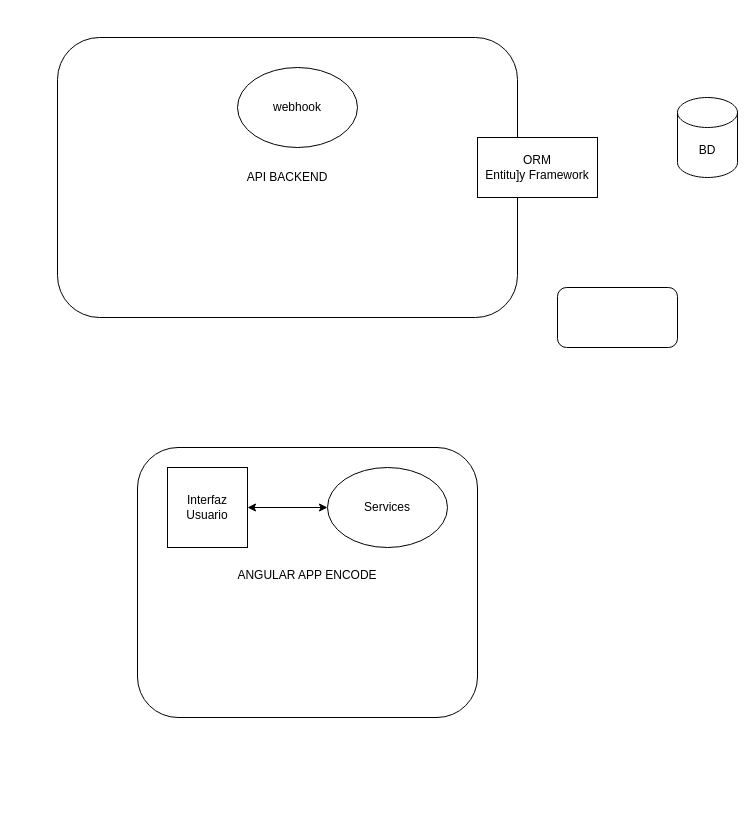
Before: Proyecto/AnalisisC4/Nivel2.drawio in gianpierovillata/PTEnconde, a draw.io diagram. Source tidied: cells renumbered, new cells numbered last; positions are measured from the earlier drawing's top-left corner, leaving out a move shared by most shapes. Both pictures are drawn from the tidied source at 100%, with x=0, y=0 at pixel (57, 37).
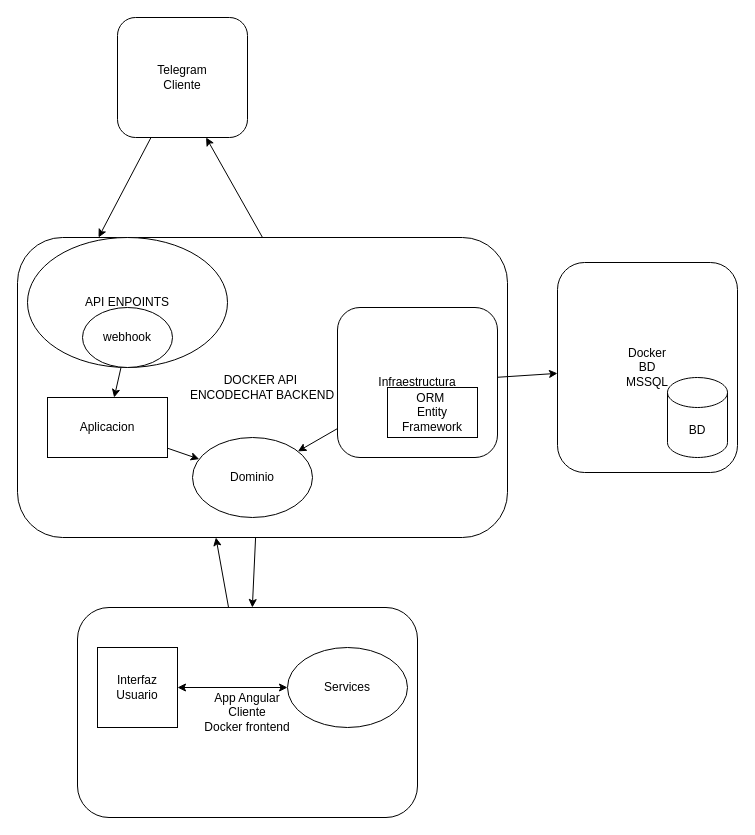
The same diagram, later.

Commit message:
Feat: ajuste de diagram nivel c2 contenedores

The edit, as a diff of the source:
```diff
@@
-    <mxCell id="2" value="API BACKEND" style="rounded=1;whiteSpace=wrap;html=1;roundedPerimeter=1;" parent="1" vertex="1">
-      <mxGeometry width="460" height="280" as="geometry" />
+    <mxCell id="2" value="DOCKER API&amp;nbsp;&lt;div&gt;ENCODECHAT BACKEND&lt;/div&gt;" style="rounded=1;whiteSpace=wrap;html=1;roundedPerimeter=1;" parent="1" vertex="1">
+      <mxGeometry x="-40" y="200" width="490" height="300" as="geometry" />
     </mxCell>
+    <mxCell id="11" value="API ENPOINTS" style="ellipse;whiteSpace=wrap;html=1;shapeInside=1;" parent="1" vertex="1">
+      <mxGeometry x="-30" y="200" width="200" height="130" as="geometry" />
+    </mxCell>
+    <mxCell id="12" style="edgeStyle=none;html=1;" parent="1" edge="1" source="14" target="4">
+      <mxGeometry relative="1" as="geometry" />
+    </mxCell>
+    <mxCell id="13" style="edgeStyle=none;html=1;" parent="1" edge="1" source="14" target="23">
+      <mxGeometry relative="1" as="geometry" />
+    </mxCell>
+    <mxCell id="14" value="Infraestructura" style="rounded=1;whiteSpace=wrap;html=1;roundedPerimeter=1;" parent="1" vertex="1">
+      <mxGeometry x="280" y="270" width="160" height="150" as="geometry" />
+    </mxCell>
+    <mxCell id="15" style="edgeStyle=none;html=1;exitX=0.5;exitY=0;exitDx=0;exitDy=0;entryX=0.682;entryY=1.001;entryDx=0;entryDy=0;" parent="1" edge="1" source="2" target="22">
+      <mxGeometry relative="1" as="geometry" />
+    </mxCell>
+    <mxCell id="16" style="edgeStyle=none;html=1;" parent="1" edge="1" source="2" target="5">
+      <mxGeometry relative="1" as="geometry" />
+    </mxCell>
+    <mxCell id="17" style="edgeStyle=none;html=1;" parent="1" edge="1" source="3" target="20">
+      <mxGeometry relative="1" as="geometry" />
+    </mxCell>
     <mxCell id="3" value="webhook" style="ellipse;whiteSpace=wrap;html=1;shapeInside=1;" parent="1" vertex="1">
-      <mxGeometry x="180" y="30" width="120" height="80" as="geometry" />
+      <mxGeometry x="25" y="270" width="90" height="60" as="geometry" />
     </mxCell>
-    <mxCell id="4" style="rounded=1;whiteSpace=wrap;html=1;roundedPerimeter=1;" parent="1" vertex="1">
-      <mxGeometry x="500" y="250" width="120" height="60" as="geometry" />
+    <mxCell id="4" value="Docker&lt;div&gt;BD&lt;/div&gt;&lt;div&gt;MSSQL&lt;/div&gt;" style="rounded=1;whiteSpace=wrap;html=1;roundedPerimeter=1;" parent="1" vertex="1">
+      <mxGeometry x="500" y="225" width="180" height="210" as="geometry" />
     </mxCell>
+    <mxCell id="18" style="edgeStyle=none;html=1;entryX=0.404;entryY=1.005;entryDx=0;entryDy=0;" parent="1" edge="1" source="5" target="2">
+      <mxGeometry relative="1" as="geometry" />
+    </mxCell>
-    <mxCell id="5" value="ANGULAR APP ENCODE&lt;div&gt;&lt;br&gt;&lt;/div&gt;" style="rounded=1;whiteSpace=wrap;html=1;roundedPerimeter=1;" parent="1" vertex="1">
-      <mxGeometry x="80" y="410" width="340" height="270" as="geometry" />
+    <mxCell id="5" value="App Angular&lt;div&gt;Cliente&lt;div&gt;Docker frontend&lt;/div&gt;&lt;/div&gt;" style="rounded=1;whiteSpace=wrap;html=1;roundedPerimeter=1;" parent="1" vertex="1">
+      <mxGeometry x="20" y="570" width="340" height="210" as="geometry" />
     </mxCell>
     <mxCell id="6" value="Interfaz Usuario" style="whiteSpace=wrap;html=1;" parent="1" vertex="1">
-      <mxGeometry x="110" y="430" width="80" height="80" as="geometry" />
+      <mxGeometry x="40" y="610" width="80" height="80" as="geometry" />
     </mxCell>
     <mxCell id="7" value="Services" style="ellipse;whiteSpace=wrap;html=1;shapeInside=1;" parent="1" vertex="1">
-      <mxGeometry x="270" y="430" width="120" height="80" as="geometry" />
+      <mxGeometry x="230" y="610" width="120" height="80" as="geometry" />
     </mxCell>
@@
     <mxCell id="9" value="BD" style="shape=cylinder3;whiteSpace=wrap;html=1;boundedLbl=1;backgroundOutline=1;size=15;" parent="1" vertex="1">
-      <mxGeometry x="620" y="60" width="60" height="80" as="geometry" />
+      <mxGeometry x="610" y="340" width="60" height="80" as="geometry" />
     </mxCell>
-    <mxCell id="10" value="ORM&lt;div&gt;Entitu]y Framework&lt;/div&gt;" style="rounded=0;whiteSpace=wrap;html=1;" parent="1" vertex="1">
-      <mxGeometry x="420" y="100" width="120" height="60" as="geometry" />
+    <mxCell id="10" value="ORM&amp;nbsp;&lt;div&gt;Entity Framework&lt;/div&gt;" style="rounded=0;whiteSpace=wrap;html=1;" parent="1" vertex="1">
+      <mxGeometry x="330" y="350" width="90" height="50" as="geometry" />
     </mxCell>
+    <mxCell id="19" style="edgeStyle=none;html=1;" parent="1" edge="1" source="20" target="23">
+      <mxGeometry relative="1" as="geometry" />
+    </mxCell>
+    <mxCell id="20" value="&lt;div&gt;Aplicacion&lt;/div&gt;" style="rounded=0;whiteSpace=wrap;html=1;" parent="1" vertex="1">
+      <mxGeometry x="-10" y="360" width="120" height="60" as="geometry" />
+    </mxCell>
+    <mxCell id="21" style="edgeStyle=none;html=1;entryX=0.156;entryY=-0.014;entryDx=0;entryDy=0;" parent="1" edge="1" source="22" target="2">
+      <mxGeometry relative="1" as="geometry" />
+    </mxCell>
+    <mxCell id="22" value="Telegram&lt;div&gt;Cliente&lt;/div&gt;" style="rounded=1;whiteSpace=wrap;html=1;roundedPerimeter=1;" parent="1" vertex="1">
+      <mxGeometry x="60" y="-20" width="130" height="120" as="geometry" />
+    </mxCell>
+    <mxCell id="23" value="Dominio" style="ellipse;whiteSpace=wrap;html=1;shapeInside=1;" parent="1" vertex="1">
+      <mxGeometry x="135" y="400" width="120" height="80" as="geometry" />
+    </mxCell>
```
